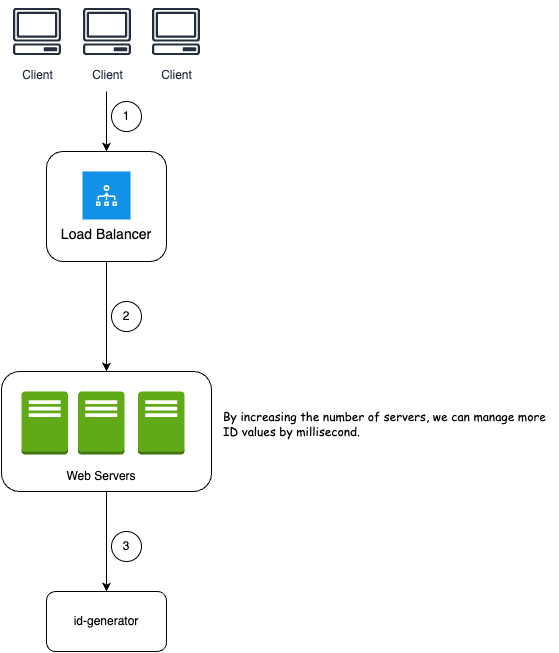
This is id-generator-Architecture with LB.drawio.png from chrix75/id-generator, a draw.io export, as it was before one commit. Source tidied: cells renumbered, new cells last; positions are measured from the earlier drawing's top-left corner, leaving out a move shared by most shapes.
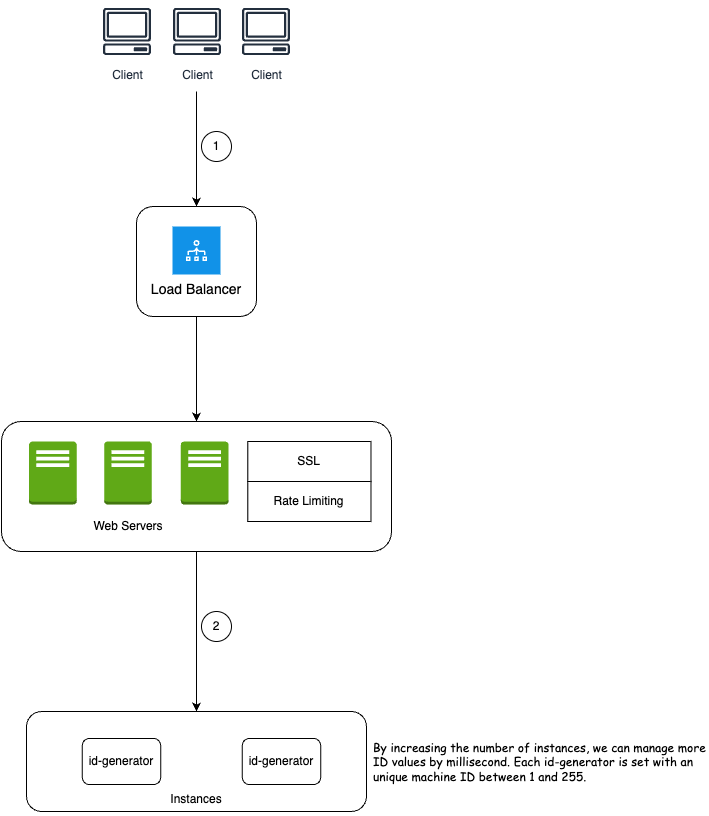
Later version of the same file.

Commit message:
Update architecture diagrams and README for better clarity

Diff of the diagram source:
```diff
@@ -2,60 +2,22 @@
   <root>
     <mxCell id="0" />
     <mxCell id="1" parent="0" />
-    <mxCell id="2" value="id-generator" style="rounded=1;whiteSpace=wrap;html=1;" parent="1" vertex="1">
-      <mxGeometry x="45" y="590" width="120" height="60" as="geometry" />
-    </mxCell>
     <mxCell id="3" style="endArrow=classic;html=1;rounded=0;entryX=0.5;entryY=0;entryDx=0;entryDy=0;" parent="1" edge="1" target="14">
       <mxGeometry relative="1" as="geometry">
         <mxPoint x="105" y="90" as="sourcePoint" />
       </mxGeometry>
     </mxCell>
-    <mxCell id="4" style="edgeStyle=orthogonalEdgeStyle;rounded=0;jettySize=auto;html=1;entryX=0.5;entryY=0;entryDx=0;entryDy=0;exitX=0.5;exitY=1;exitDx=0;exitDy=0;" parent="1" edge="1" source="14" target="8">
+    <mxCell id="4" style="edgeStyle=orthogonalEdgeStyle;rounded=0;jettySize=auto;html=1;exitX=0.5;exitY=1;exitDx=0;exitDy=0;entryX=0.5;entryY=0;entryDx=0;entryDy=0;" parent="1" edge="1" source="14" target="31">
       <mxGeometry relative="1" as="geometry" />
     </mxCell>
-    <mxCell id="5" value="Load Balancer" style="shape=rect;fillColor=#1192E8;labelPosition=center;verticalLabelPosition=bottom;align=center;verticalAlign=top;strokeColor=none;fontSize=14;" parent="1" vertex="1">
-      <mxGeometry x="81" y="170" width="48" height="48" as="geometry" />
-    </mxCell>
-    <mxCell id="6" style="fillColor=#ffffff;strokeColor=none;dashed=0;html=1;labelPosition=center;verticalLabelPosition=bottom;verticalAlign=top;shape=mxgraph.ibm_cloud.load-balancer--vpc;" parent="5" vertex="1">
-      <mxGeometry width="24" height="24" relative="1" as="geometry">
-        <mxPoint x="12" y="12" as="offset" />
-      </mxGeometry>
-    </mxCell>
-    <mxCell id="7" style="edgeStyle=orthogonalEdgeStyle;rounded=0;jettySize=auto;html=1;" parent="1" edge="1" source="8" target="2">
-      <mxGeometry relative="1" as="geometry" />
-    </mxCell>
-    <mxCell id="8" style="rounded=1;whiteSpace=wrap;html=1;fillColor=none;" parent="1" vertex="1">
-      <mxGeometry y="370" width="210" height="120" as="geometry" />
-    </mxCell>
-    <mxCell id="9" style="group;" parent="1" vertex="1">
-      <mxGeometry x="20" y="390" width="163" height="63" as="geometry" />
-    </mxCell>
-    <mxCell id="10" style="dashed=0;verticalLabelPosition=bottom;verticalAlign=top;align=center;html=1;shape=mxgraph.aws3.traditional_server;fillColor=#60a917;strokeColor=#2D7600;fontColor=#ffffff;" parent="9" vertex="1">
-      <mxGeometry width="46.5" height="63" as="geometry" />
-    </mxCell>
-    <mxCell id="11" style="dashed=0;verticalLabelPosition=bottom;verticalAlign=top;align=center;html=1;shape=mxgraph.aws3.traditional_server;fillColor=#60a917;strokeColor=#2D7600;fontColor=#ffffff;" parent="9" vertex="1">
-      <mxGeometry x="56.5" width="46.5" height="63" as="geometry" />
-    </mxCell>
-    <mxCell id="12" style="dashed=0;verticalLabelPosition=bottom;verticalAlign=top;align=center;html=1;shape=mxgraph.aws3.traditional_server;fillColor=#60a917;strokeColor=#2D7600;fontColor=#ffffff;" parent="9" vertex="1">
-      <mxGeometry x="116.5" width="46.5" height="63" as="geometry" />
-    </mxCell>
-    <mxCell id="13" value="Web Servers" style="text;html=1;align=center;verticalAlign=middle;whiteSpace=wrap;rounded=0;fontStyle=0;" parent="1" vertex="1">
-      <mxGeometry x="50" y="460" width="100" height="30" as="geometry" />
-    </mxCell>
-    <mxCell id="14" style="rounded=1;whiteSpace=wrap;html=1;fillColor=none;" parent="1" vertex="1">
-      <mxGeometry x="45" y="150" width="120" height="110" as="geometry" />
-    </mxCell>
     <mxCell id="15" value="1" style="ellipse;whiteSpace=wrap;html=1;" parent="1" vertex="1">
-      <mxGeometry x="110" y="100" width="30" height="30" as="geometry" />
+      <mxGeometry x="110" y="130" width="30" height="30" as="geometry" />
     </mxCell>
     <mxCell id="16" value="2" style="ellipse;whiteSpace=wrap;html=1;" parent="1" vertex="1">
-      <mxGeometry x="110" y="300" width="30" height="30" as="geometry" />
+      <mxGeometry x="110" y="610" width="30" height="30" as="geometry" />
     </mxCell>
-    <mxCell id="17" value="3" style="ellipse;whiteSpace=wrap;html=1;" parent="1" vertex="1">
-      <mxGeometry x="110" y="530" width="30" height="30" as="geometry" />
-    </mxCell>
-    <mxCell id="18" value="By increasing the number of servers, we can manage more ID values by millisecond." style="text;html=1;align=left;verticalAlign=middle;whiteSpace=wrap;rounded=0;fontFamily=Comic Sans MS;" parent="1" vertex="1">
-      <mxGeometry x="220" y="401.5" width="336" height="40" as="geometry" />
+    <mxCell id="18" value="By increasing the number of instances, we can manage more ID values by millisecond. Each id-generator is set with an unique machine ID between 1 and 255." style="text;html=1;align=left;verticalAlign=middle;whiteSpace=wrap;rounded=0;fontFamily=Comic Sans MS;" parent="1" vertex="1">
+      <mxGeometry x="280" y="740" width="336" height="40" as="geometry" />
     </mxCell>
     <mxCell id="19" style="group;" parent="1" vertex="1">
       <mxGeometry x="5.5" width="199" height="60" as="geometry" />
@@ -69,5 +31,73 @@
     <mxCell id="22" value="Client" style="sketch=0;fontColor=#232F3E;gradientColor=none;strokeColor=#232F3E;fillColor=#ffffff;dashed=0;verticalLabelPosition=bottom;verticalAlign=top;align=center;html=1;fontSize=12;fontStyle=0;shape=mxgraph.aws4.resourceIcon;resIcon=mxgraph.aws4.client;" parent="19" vertex="1">
       <mxGeometry x="139" width="60" height="60" as="geometry" />
     </mxCell>
+    <mxCell id="23" style="group;" parent="1" vertex="1">
+      <mxGeometry x="45" y="205" width="120" height="110" as="geometry" />
+    </mxCell>
+    <mxCell id="14" style="rounded=1;whiteSpace=wrap;html=1;fillColor=none;" parent="23" vertex="1">
+      <mxGeometry width="120" height="110" as="geometry" />
+    </mxCell>
+    <mxCell id="5" value="Load Balancer" style="shape=rect;fillColor=#1192E8;labelPosition=center;verticalLabelPosition=bottom;align=center;verticalAlign=top;strokeColor=none;fontSize=14;" parent="23" vertex="1">
+      <mxGeometry x="36" y="20" width="48" height="48" as="geometry" />
+    </mxCell>
+    <mxCell id="6" style="fillColor=#ffffff;strokeColor=none;dashed=0;html=1;labelPosition=center;verticalLabelPosition=bottom;verticalAlign=top;shape=mxgraph.ibm_cloud.load-balancer--vpc;" parent="5" vertex="1">
+      <mxGeometry width="24" height="24" relative="1" as="geometry">
+        <mxPoint x="12" y="12" as="offset" />
+      </mxGeometry>
+    </mxCell>
+    <mxCell id="24" style="group;" parent="1" vertex="1">
+      <mxGeometry x="-65" y="710" width="340" height="103.1" as="geometry" />
+    </mxCell>
+    <mxCell id="8" style="rounded=1;whiteSpace=wrap;html=1;fillColor=none;" parent="24" vertex="1">
+      <mxGeometry width="340" height="100" as="geometry" />
+    </mxCell>
+    <mxCell id="25" style="group;" parent="24" vertex="1">
+      <mxGeometry x="20" width="150" height="100" as="geometry" />
+    </mxCell>
+    <mxCell id="26" value="id-generator" style="rounded=1;whiteSpace=wrap;html=1;" parent="25" vertex="1">
+      <mxGeometry x="35.9" y="26.9" width="78.3" height="46.2" as="geometry" />
+    </mxCell>
+    <mxCell id="27" style="group;" parent="24" vertex="1">
+      <mxGeometry x="180" width="150" height="103.1" as="geometry" />
+    </mxCell>
+    <mxCell id="28" value="id-generator" style="rounded=1;whiteSpace=wrap;html=1;" parent="27" vertex="1">
+      <mxGeometry x="35.9" y="26.9" width="78.3" height="46.2" as="geometry" />
+    </mxCell>
+    <mxCell id="13" value="Instances" style="text;html=1;align=center;verticalAlign=middle;whiteSpace=wrap;rounded=0;fontStyle=0;" parent="27" vertex="1">
+      <mxGeometry x="-60" y="73.1" width="100" height="30" as="geometry" />
+    </mxCell>
+    <mxCell id="29" style="edgeStyle=orthogonalEdgeStyle;rounded=0;jettySize=auto;html=1;exitX=0.5;exitY=1;exitDx=0;exitDy=0;" parent="1" edge="1" source="31" target="8">
+      <mxGeometry relative="1" as="geometry" />
+    </mxCell>
+    <mxCell id="30" style="group;" parent="1" vertex="1">
+      <mxGeometry x="-90" y="420" width="390" height="130" as="geometry" />
+    </mxCell>
+    <mxCell id="31" style="rounded=1;whiteSpace=wrap;html=1;fillColor=none;" parent="30" vertex="1">
+      <mxGeometry width="390" height="130" as="geometry" />
+    </mxCell>
+    <mxCell id="32" style="group;" parent="30" vertex="1">
+      <mxGeometry x="27.5" y="20" width="199.6" height="100" as="geometry" />
+    </mxCell>
+    <mxCell id="33" value="W" style="dashed=0;verticalLabelPosition=bottom;verticalAlign=top;align=center;html=1;shape=mxgraph.aws3.traditional_server;fillColor=#60a917;fontColor=#ffffff;strokeColor=#2D7600;" parent="32" vertex="1">
+      <mxGeometry width="47.7" height="63" as="geometry" />
+    </mxCell>
+    <mxCell id="34" value="W" style="dashed=0;verticalLabelPosition=bottom;verticalAlign=top;align=center;html=1;shape=mxgraph.aws3.traditional_server;fillColor=#60a917;fontColor=#ffffff;strokeColor=#2D7600;" parent="32" vertex="1">
+      <mxGeometry x="75.2" width="47.7" height="63" as="geometry" />
+    </mxCell>
+    <mxCell id="35" value="W" style="dashed=0;verticalLabelPosition=bottom;verticalAlign=top;align=center;html=1;shape=mxgraph.aws3.traditional_server;fillColor=#60a917;fontColor=#ffffff;strokeColor=#2D7600;" parent="32" vertex="1">
+      <mxGeometry x="151.9" width="47.7" height="63" as="geometry" />
+    </mxCell>
+    <mxCell id="36" value="Web Servers" style="text;html=1;align=center;verticalAlign=middle;whiteSpace=wrap;rounded=0;" parent="32" vertex="1">
+      <mxGeometry x="28" y="70" width="143.7" height="30" as="geometry" />
+    </mxCell>
+    <mxCell id="37" style="group;" parent="30" vertex="1">
+      <mxGeometry x="246.3" y="20" width="123.2" height="80" as="geometry" />
+    </mxCell>
+    <mxCell id="38" value="SSL" style="rounded=0;whiteSpace=wrap;html=1;" parent="37" vertex="1">
+      <mxGeometry width="123.2" height="40" as="geometry" />
+    </mxCell>
+    <mxCell id="39" value="Rate Limiting" style="rounded=0;whiteSpace=wrap;html=1;" parent="37" vertex="1">
+      <mxGeometry y="40" width="123.2" height="40" as="geometry" />
+    </mxCell>
   </root>
 </mxGraphModel>
```
